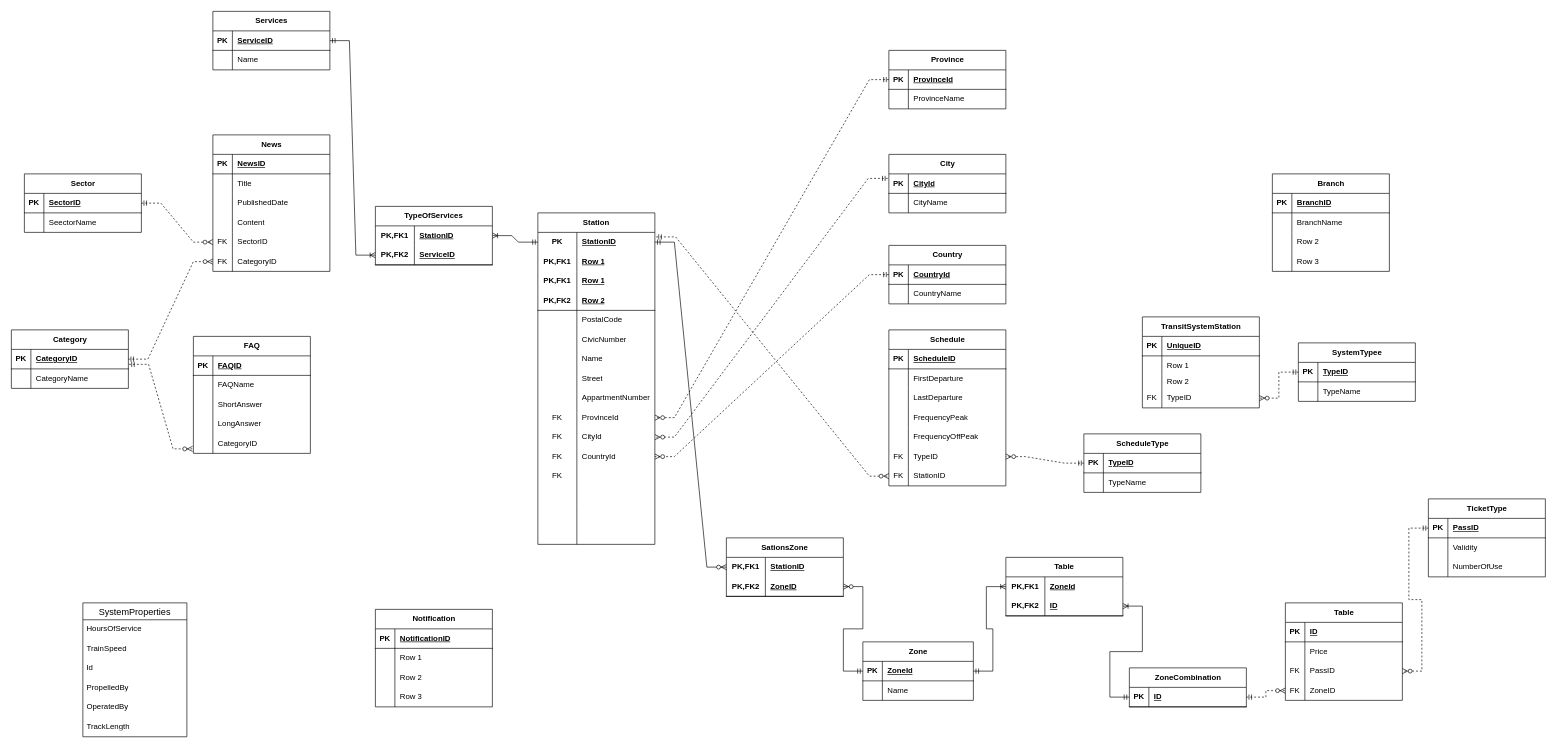
Earlier version of the draw.io diagram Untitled Diagram.drawio (gregguu/DB2). Source tidied: cells renumbered, new cells numbered last; positions are measured from the earlier drawing's top-left corner, leaving out a move shared by most shapes. Both pictures are drawn from the tidied source at 65%, with x=0, y=0 at pixel (11, 11).
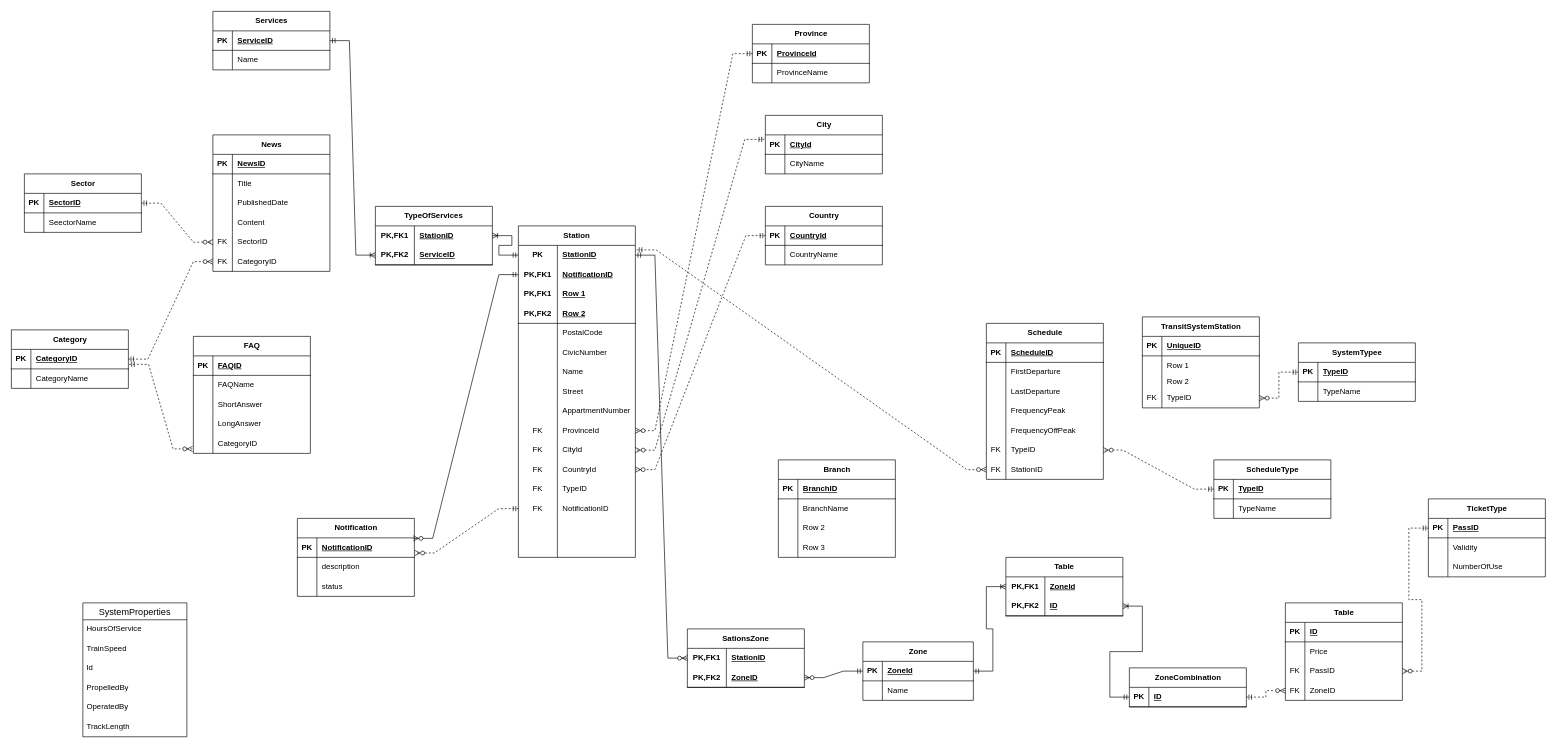
The same page after the edit.

Unchanged cells that the change refers to:
```xml
<mxCell id="177" style="shape=tableRow;horizontal=0;startSize=0;swimlaneHead=0;swimlaneBody=0;fillColor=none;points=[[0,0.5],[1,0.5]];portConstraint=eastwest;top=0;left=0;right=0;bottom=0;html=1;" parent="173" vertex="1">
  <mxGeometry y="60" width="180" height="30" as="geometry" />
</mxCell>
<mxCell id="210" style="shape=tableRow;horizontal=0;startSize=0;swimlaneHead=0;swimlaneBody=0;fillColor=none;top=0;left=0;right=0;bottom=0;html=1;" parent="173" vertex="1">
  <mxGeometry y="390" width="180" height="30" as="geometry" />
</mxCell>
<mxCell id="213" style="shape=tableRow;horizontal=0;startSize=0;swimlaneHead=0;swimlaneBody=0;fillColor=none;points=[[0,0.5],[1,0.5]];portConstraint=eastwest;top=0;left=0;right=0;bottom=0;html=1;" parent="173" vertex="1">
  <mxGeometry y="420" width="180" height="30" as="geometry" />
</mxCell>
<mxCell id="270" style="shape=tableRow;horizontal=0;startSize=0;swimlaneHead=0;swimlaneBody=0;fillColor=none;points=[[0,0.5],[1,0.5]];portConstraint=eastwest;top=0;left=0;right=0;bottom=1;" parent="269" vertex="1">
  <mxGeometry y="30" width="180" height="30" as="geometry" />
</mxCell>
<mxCell id="273" style="shape=tableRow;horizontal=0;startSize=0;swimlaneHead=0;swimlaneBody=0;fillColor=none;top=0;left=0;right=0;bottom=0;" parent="269" vertex="1">
  <mxGeometry y="60" width="180" height="30" as="geometry" />
</mxCell>
<mxCell id="276" style="shape=tableRow;horizontal=0;startSize=0;swimlaneHead=0;swimlaneBody=0;fillColor=none;top=0;left=0;right=0;bottom=0;" parent="269" vertex="1">
  <mxGeometry y="90" width="180" height="30" as="geometry" />
</mxCell>
```

What changed in the source:
```diff
@@
     <mxCell id="86" value="ScheduleType" style="shape=table;startSize=30;childLayout=tableLayout;rowLines=0;fontStyle=1;align=center;html=1;" parent="1" vertex="1">
-      <mxGeometry x="1650" y="650" width="180" height="90" as="geometry" />
+      <mxGeometry x="1850" y="690" width="180" height="90" as="geometry" />
     </mxCell>
@@
     <mxCell id="93" value="Schedule" style="shape=table;startSize=30;childLayout=tableLayout;rowLines=0;fontStyle=1;align=center;html=1;" parent="1" vertex="1">
-      <mxGeometry x="1350" y="490" width="180" height="240" as="geometry" />
+      <mxGeometry x="1500" y="480" width="180" height="240" as="geometry" />
     </mxCell>
@@
     <mxCell id="152" value="Province" style="shape=table;startSize=30;childLayout=tableLayout;rowLines=0;fontStyle=1;align=center;html=1;" parent="1" vertex="1">
-      <mxGeometry x="1350" y="60" width="180" height="90" as="geometry" />
+      <mxGeometry x="1140" y="20" width="180" height="90" as="geometry" />
     </mxCell>
@@
     <mxCell id="159" value="City" style="shape=table;startSize=30;childLayout=tableLayout;rowLines=0;fontStyle=1;align=center;html=1;" parent="1" vertex="1">
-      <mxGeometry x="1350" y="220" width="180" height="90" as="geometry" />
+      <mxGeometry x="1160" y="160" width="180" height="90" as="geometry" />
     </mxCell>
@@
     <mxCell id="166" value="Country" style="shape=table;startSize=30;childLayout=tableLayout;rowLines=0;fontStyle=1;align=center;html=1;" parent="1" vertex="1">
-      <mxGeometry x="1350" y="360" width="180" height="90" as="geometry" />
+      <mxGeometry x="1160" y="300" width="180" height="90" as="geometry" />
     </mxCell>
@@
     <mxCell id="173" value="Station" style="shape=table;startSize=30;childLayout=tableLayout;rowLines=0;fontStyle=1;align=center;html=1;whiteSpace=wrap;" parent="1" vertex="1">
-      <mxGeometry x="810" y="310" width="180" height="510" as="geometry" />
+      <mxGeometry x="780" y="330" width="180" height="510" as="geometry" />
     </mxCell>
@@
-    <mxCell id="179" value="Row 1" style="shape=partialRectangle;fillColor=none;top=0;left=0;bottom=0;right=0;align=left;spacingLeft=6;fontStyle=5;overflow=hidden;html=1;whiteSpace=wrap;" parent="177" vertex="1">
+    <mxCell id="179" value="NotificationID" style="shape=partialRectangle;fillColor=none;top=0;left=0;bottom=0;right=0;align=left;spacingLeft=6;fontStyle=5;overflow=hidden;html=1;whiteSpace=wrap;" parent="177" vertex="1">
       <mxGeometry x="60" width="120" height="30" as="geometry" />
     </mxCell>
@@
-    <mxCell id="212" style="shape=partialRectangle;fillColor=none;top=0;left=0;bottom=0;right=0;align=left;spacingLeft=6;overflow=hidden;html=1;whiteSpace=wrap;" parent="210" vertex="1">
+    <mxCell id="212" value="TypeID" style="shape=partialRectangle;fillColor=none;top=0;left=0;bottom=0;right=0;align=left;spacingLeft=6;overflow=hidden;html=1;whiteSpace=wrap;" parent="210" vertex="1">
       <mxGeometry x="60" width="120" height="30" as="geometry" />
     </mxCell>
@@
-    <mxCell id="214" style="shape=partialRectangle;fillColor=none;top=0;left=0;bottom=0;right=0;overflow=hidden;html=1;whiteSpace=wrap;" parent="213" vertex="1">
+    <mxCell id="214" value="FK" style="shape=partialRectangle;fillColor=none;top=0;left=0;bottom=0;right=0;overflow=hidden;html=1;whiteSpace=wrap;" parent="213" vertex="1">
       <mxGeometry width="60" height="30" as="geometry" />
     </mxCell>
-    <mxCell id="215" style="shape=partialRectangle;fillColor=none;top=0;left=0;bottom=0;right=0;align=left;spacingLeft=6;overflow=hidden;html=1;whiteSpace=wrap;" parent="213" vertex="1">
+    <mxCell id="215" value="NotificationID" style="shape=partialRectangle;fillColor=none;top=0;left=0;bottom=0;right=0;align=left;spacingLeft=6;overflow=hidden;html=1;whiteSpace=wrap;" parent="213" vertex="1">
       <mxGeometry x="60" width="120" height="30" as="geometry" />
     </mxCell>
@@
     <mxCell id="222" value="Branch" style="shape=table;startSize=30;childLayout=tableLayout;rowLines=0;fontStyle=1;align=center;html=1;" parent="1" vertex="1">
-      <mxGeometry x="1940" y="250" width="180" height="150" as="geometry" />
+      <mxGeometry x="1180" y="690" width="180" height="150" as="geometry" />
     </mxCell>
@@
     <mxCell id="260" value="SationsZone" style="shape=table;startSize=30;childLayout=tableLayout;rowLines=0;fontStyle=1;align=center;html=1;whiteSpace=wrap;" parent="1" vertex="1">
-      <mxGeometry x="1100" y="810" width="180" height="90" as="geometry" />
+      <mxGeometry x="1040" y="950" width="180" height="90" as="geometry" />
     </mxCell>
@@
     <mxCell id="269" value="Notification" style="shape=table;startSize=30;childLayout=tableLayout;rowLines=0;fontStyle=1;align=center;html=1;" parent="1" vertex="1">
-      <mxGeometry x="560" y="920" width="180" height="150" as="geometry" />
+      <mxGeometry x="440" y="780" width="180" height="120" as="geometry" />
     </mxCell>
@@
-    <mxCell id="275" value="Row 1" style="shape=partialRectangle;fillColor=none;top=0;left=0;bottom=0;right=0;align=left;spacingLeft=6;overflow=hidden;whiteSpace=wrap;html=1;" parent="273" vertex="1">
+    <mxCell id="275" value="description" style="shape=partialRectangle;fillColor=none;top=0;left=0;bottom=0;right=0;align=left;spacingLeft=6;overflow=hidden;whiteSpace=wrap;html=1;" parent="273" vertex="1">
       <mxGeometry x="30" width="150" height="30" as="geometry" />
     </mxCell>
@@
-    <mxCell id="278" value="Row 2" style="shape=partialRectangle;fillColor=none;top=0;left=0;bottom=0;right=0;align=left;spacingLeft=6;overflow=hidden;whiteSpace=wrap;html=1;" parent="276" vertex="1">
+    <mxCell id="278" value="status" style="shape=partialRectangle;fillColor=none;top=0;left=0;bottom=0;right=0;align=left;spacingLeft=6;overflow=hidden;whiteSpace=wrap;html=1;" parent="276" vertex="1">
       <mxGeometry x="30" width="150" height="30" as="geometry" />
     </mxCell>
-    <mxCell id="279" style="shape=tableRow;horizontal=0;startSize=0;swimlaneHead=0;swimlaneBody=0;fillColor=none;top=0;left=0;right=0;bottom=0;" parent="269" vertex="1">
-      <mxGeometry y="120" width="180" height="30" as="geometry" />
-    </mxCell>
-    <mxCell id="280" style="shape=partialRectangle;fillColor=none;top=0;left=0;bottom=0;right=0;overflow=hidden;whiteSpace=wrap;html=1;" parent="279" vertex="1">
-      <mxGeometry width="30" height="30" as="geometry" />
-    </mxCell>
-    <mxCell id="281" value="Row 3" style="shape=partialRectangle;fillColor=none;top=0;left=0;bottom=0;right=0;align=left;spacingLeft=6;overflow=hidden;whiteSpace=wrap;html=1;" parent="279" vertex="1">
-      <mxGeometry x="30" width="150" height="30" as="geometry" />
-    </mxCell>
+    <mxCell id="282" style="edgeStyle=entityRelationEdgeStyle;fontSize=12;html=1;endArrow=ERzeroToMany;startArrow=ERmandOne;rounded=0;exitX=0;exitY=0.5;exitDx=0;exitDy=0;entryX=0.99;entryY=0.025;entryDx=0;entryDy=0;entryPerimeter=0;" parent="1" edge="1" source="177" target="270">
+      <mxGeometry relative="1" as="geometry" />
+    </mxCell>
+    <mxCell id="283" style="edgeStyle=entityRelationEdgeStyle;fontSize=12;html=1;endArrow=ERzeroToMany;startArrow=ERmandOne;rounded=0;exitX=0;exitY=0.5;exitDx=0;exitDy=0;entryX=1.004;entryY=0.775;entryDx=0;entryDy=0;entryPerimeter=0;dashed=1;" parent="1" edge="1" source="213" target="270">
+      <mxGeometry relative="1" as="geometry" />
+    </mxCell>
```
